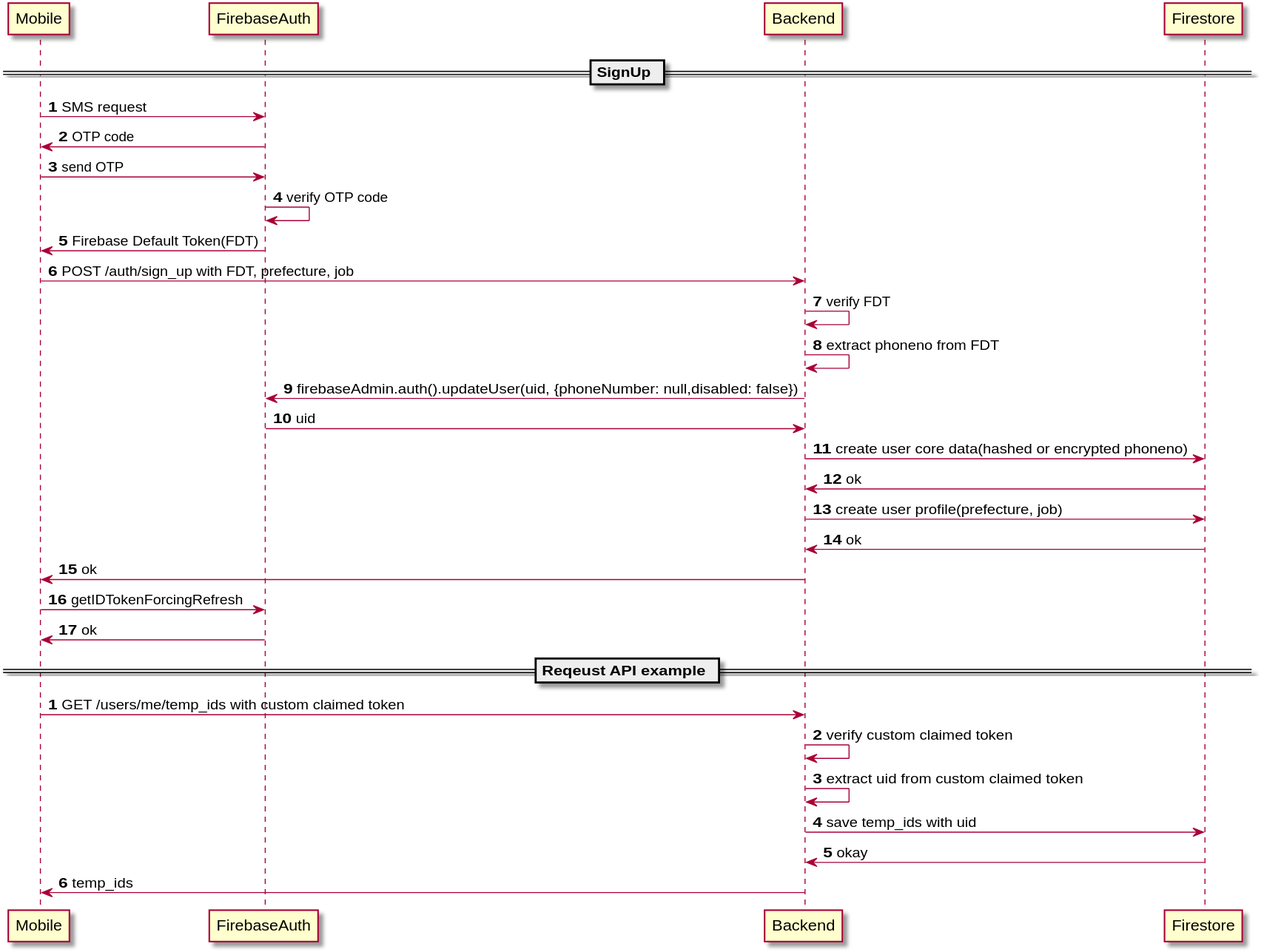
Earlier version of the PlantUML export docs/auth.svg (mamori-i-japan/mamori-i-japan-api). Its diagram source:
```plantuml
@startuml
== SignUp ==

autonumber 1

Mobile  -> FirebaseAuth: SMS request
FirebaseAuth -> Mobile: OTP code
Mobile  -> FirebaseAuth: send OTP
FirebaseAuth -> FirebaseAuth: verify OTP code
FirebaseAuth -> Mobile: Firebase Default Token(FDT)
Mobile -> Backend: POST /auth/sign_up with FDT, prefecture, job
Backend -> Backend: verify FDT
Backend -> Backend: extract phoneno from FDT
Backend ->  FirebaseAuth: firebaseAdmin.auth().updateUser(uid, {phoneNumber: null,disabled: false})
FirebaseAuth -> Backend: uid
Backend -> Firestore: create user core data(hashed or encrypted phoneno)
Firestore -> Backend: ok
Backend -> Firestore: create user profile(prefecture, job)
Firestore -> Backend: ok
Backend -> Mobile: ok
Mobile -> FirebaseAuth: getIDTokenForcingRefresh
FirebaseAuth -> Mobile: ok

== Reqeust API example ==

autonumber 1
Mobile -> Backend: GET /users/me/temp_ids with custom claimed token
Backend -> Backend: verify custom claimed token
Backend -> Backend: extract uid from custom claimed token
Backend -> Firestore: save temp_ids with uid
Firestore -> Backend: okay
Backend -> Mobile: temp_ids
@enduml
```
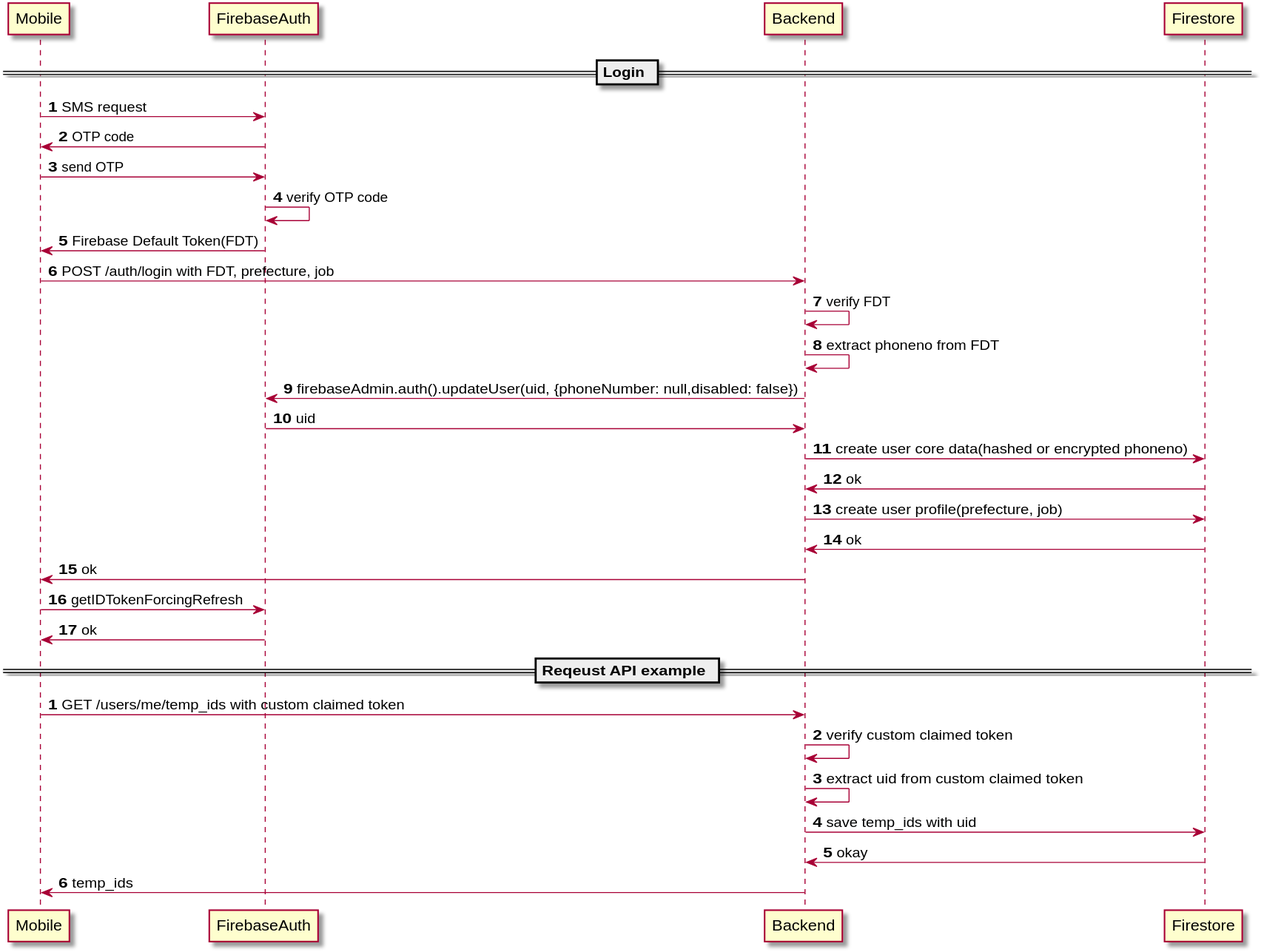
After the commit.

Commit message:
change endpoint name from sign_up to login

The edit, as a diff of the source:
```diff
@@ -1,5 +1,5 @@
 @startuml
-== SignUp ==
+== Login ==
 
 autonumber 1
 
@@ -8,7 +8,7 @@
 Mobile  -> FirebaseAuth: send OTP
 FirebaseAuth -> FirebaseAuth: verify OTP code
 FirebaseAuth -> Mobile: Firebase Default Token(FDT)
-Mobile -> Backend: POST /auth/sign_up with FDT, prefecture, job
+Mobile -> Backend: POST /auth/login with FDT, prefecture, job
 Backend -> Backend: verify FDT
 Backend -> Backend: extract phoneno from FDT
 Backend ->  FirebaseAuth: firebaseAdmin.auth().updateUser(uid, {phoneNumber: null,disabled: false})
```
